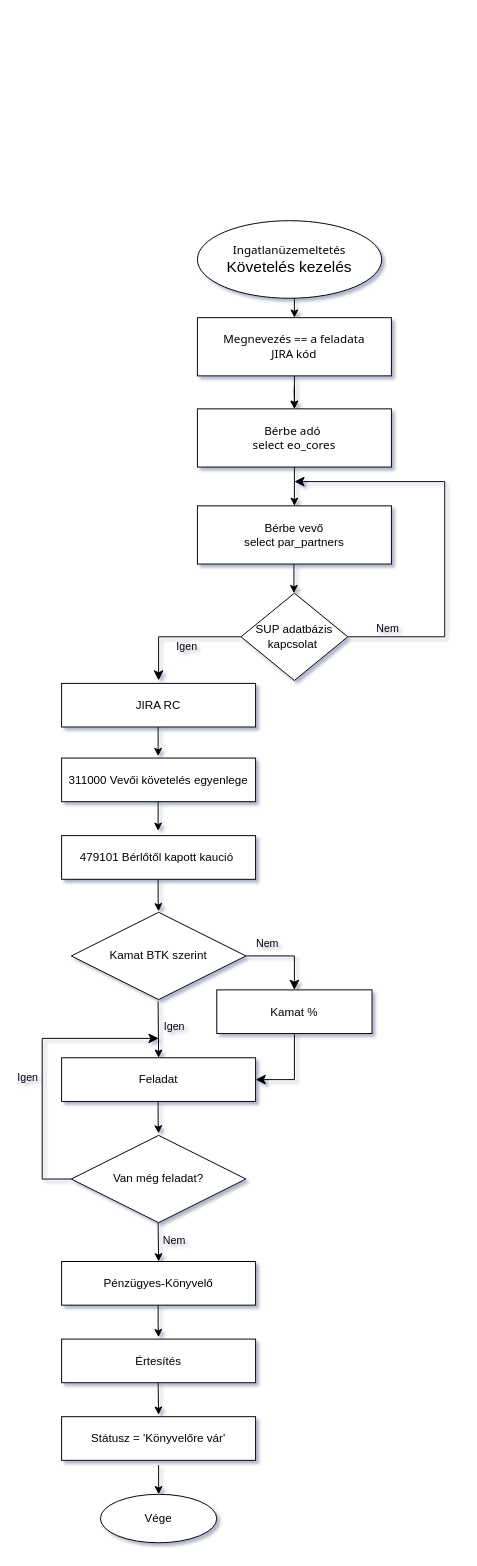
The draw.io diagram assets-input.drawio in Cgyulas0525/indotek_erp, before the edit. Source tidied: cells renumbered, new cells numbered last; positions are measured from the earlier drawing's top-left corner, leaving out a move shared by most shapes. Both pictures are drawn from the tidied source at 97%, with x=0, y=0 at pixel (42, 220).
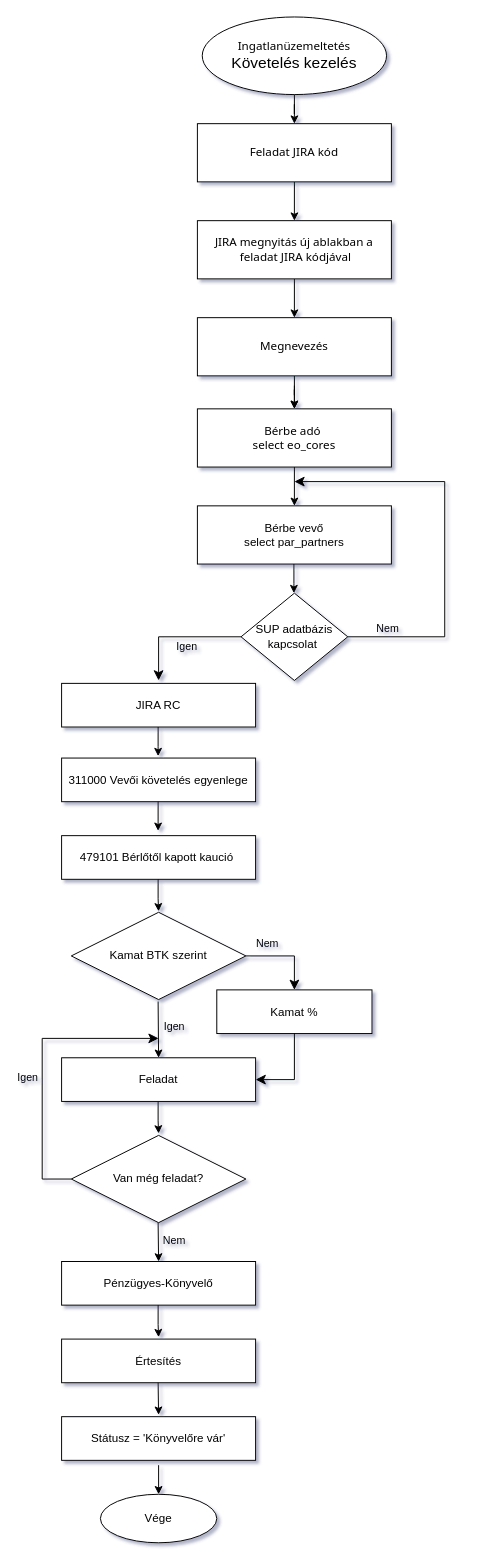
The same page after the edit.

Diff of the diagram source:
```diff
@@
+    <mxCell id="43" style="edgeStyle=orthogonalEdgeStyle;rounded=0;jettySize=auto;html=1;" parent="1" edge="1" source="39" target="45">
+      <mxGeometry relative="1" as="geometry" />
+    </mxCell>
     <mxCell id="39" value="&lt;font face=&quot;Tahoma&quot;&gt;Ingatlanüzemeltetés&lt;/font&gt;&lt;div style=&quot;font-family: Verdana; font-size: 8px;&quot;&gt;&lt;font face=&quot;BtbKhpzwE4qU60kqDjoo&quot; size=&quot;3&quot;&gt;Követelés kezelés&lt;/font&gt;&lt;/div&gt;" style="ellipse;whiteSpace=wrap;html=1;" parent="1" vertex="1">
-      <mxGeometry x="160" width="190" height="80" as="geometry" />
+      <mxGeometry x="165" y="-210" width="190" height="80" as="geometry" />
     </mxCell>
@@
-    <mxCell id="41" value="&lt;font face=&quot;Tahoma&quot;&gt;Megnevezés == a feladata&lt;/font&gt;&lt;div&gt;&lt;font face=&quot;Tahoma&quot;&gt;JIRA kód&lt;/font&gt;&lt;/div&gt;" style="rounded=0;whiteSpace=wrap;html=1;labelBackgroundColor=none;" parent="1" vertex="1">
+    <mxCell id="41" value="&lt;font face=&quot;Tahoma&quot;&gt;Megnevezés&lt;br&gt;&lt;/font&gt;" style="rounded=0;whiteSpace=wrap;html=1;labelBackgroundColor=none;" parent="1" vertex="1">
       <mxGeometry x="160" y="100" width="200" height="60" as="geometry" />
     </mxCell>
-    <mxCell id="42" style="edgeStyle=none;jettySize=auto;html=1;rounded=0;entryX=0.5;entryY=0;entryDx=0;entryDy=0;" parent="1" edge="1" target="41">
-      <mxGeometry relative="1" as="geometry">
-        <mxPoint x="260" y="80" as="sourcePoint" />
-      </mxGeometry>
-    </mxCell>
+    <mxCell id="44" style="edgeStyle=orthogonalEdgeStyle;rounded=0;jettySize=auto;html=1;" parent="1" edge="1" source="45" target="47">
+      <mxGeometry relative="1" as="geometry" />
+    </mxCell>
+    <mxCell id="45" value="&lt;font face=&quot;Tahoma&quot;&gt;Feladat&amp;nbsp;&lt;/font&gt;&lt;span style=&quot;font-family: Tahoma; background-color: initial;&quot;&gt;JIRA kód&lt;/span&gt;" style="rounded=0;whiteSpace=wrap;html=1;labelBackgroundColor=none;" parent="1" vertex="1">
+      <mxGeometry x="160" y="-100" width="200" height="60" as="geometry" />
+    </mxCell>
+    <mxCell id="46" style="edgeStyle=orthogonalEdgeStyle;rounded=0;jettySize=auto;html=1;" parent="1" edge="1" source="47" target="41">
+      <mxGeometry relative="1" as="geometry" />
+    </mxCell>
+    <mxCell id="47" value="&lt;span style=&quot;font-family: Tahoma; background-color: initial;&quot;&gt;JIRA megnyitás új ablakban a&lt;/span&gt;&lt;div&gt;&lt;span style=&quot;font-family: Tahoma; background-color: initial;&quot;&gt;&amp;nbsp;feladat JIRA kódjával&lt;/span&gt;&lt;/div&gt;" style="rounded=0;whiteSpace=wrap;html=1;labelBackgroundColor=none;" parent="1" vertex="1">
+      <mxGeometry x="160" width="200" height="60" as="geometry" />
+    </mxCell>
```
